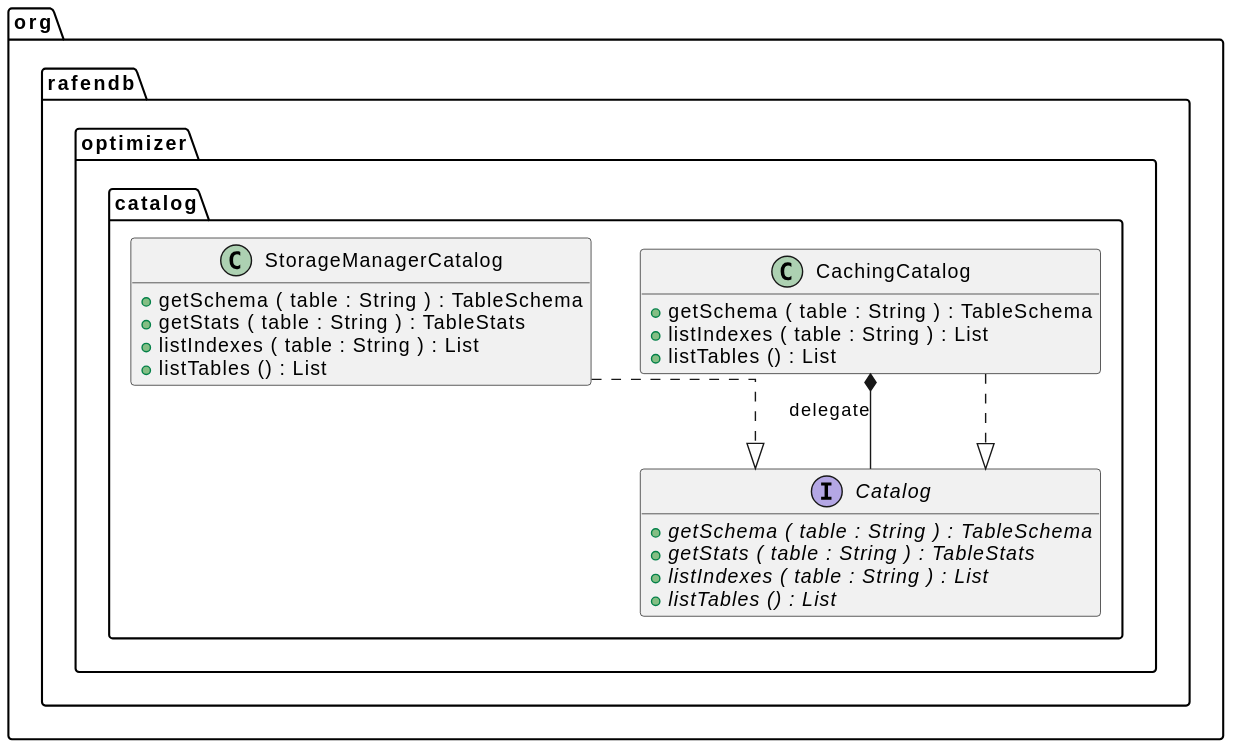
This is docs/generated/optimizer/optimizer-catalog.svg from m-akma1/rafendb, a PlantUML export, as it was before one commit. Its source is kept beside it as docs/generated/optimizer/optimizer-catalog.puml.
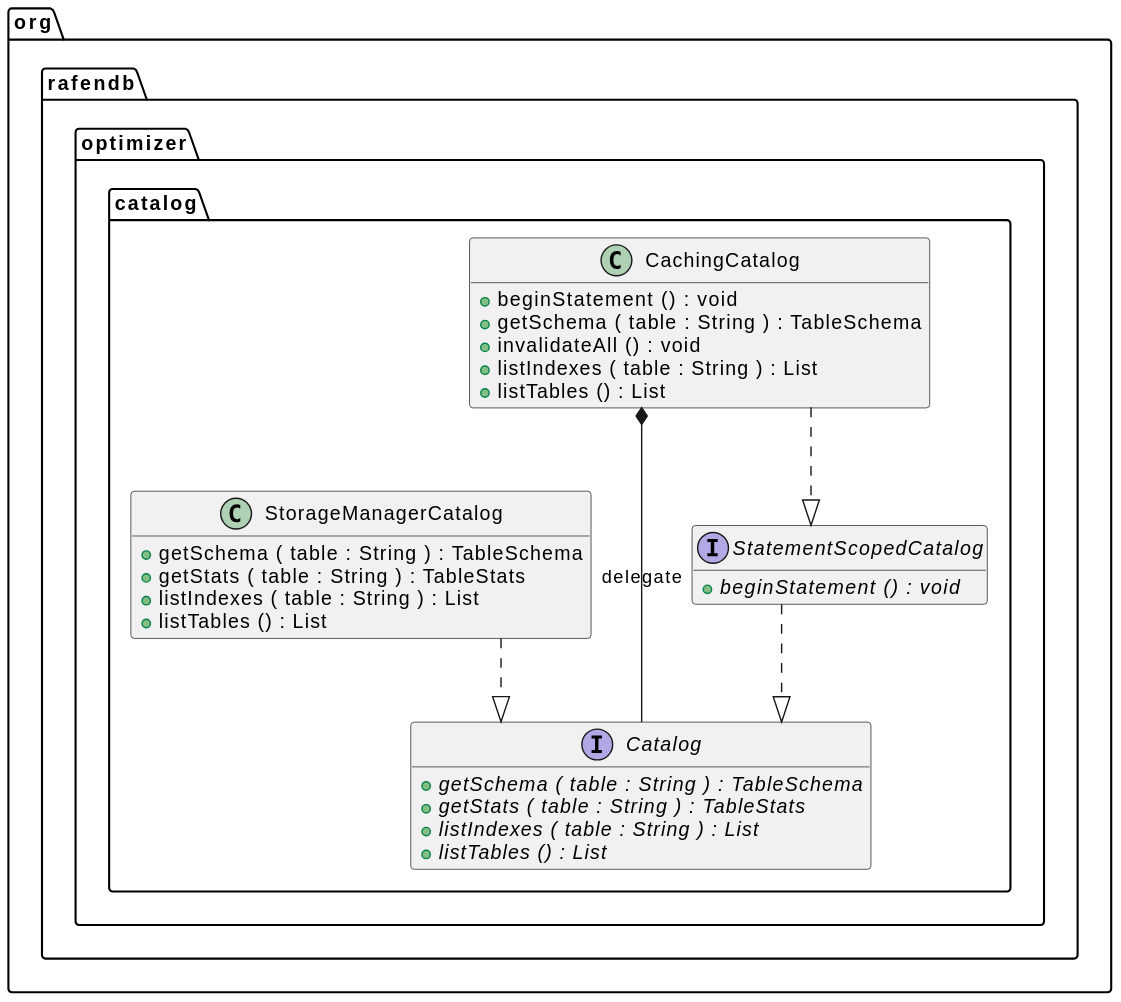
The same file after the commit.

Diff of the diagram source:
```diff
@@ -6,7 +6,9 @@
 
 
 class org.rafendb.optimizer.catalog.CachingCatalog {
+	{method} +beginStatement () : void
 	{method} +getSchema ( table : String ) : TableSchema
+	{method} +invalidateAll () : void
 	{method} +listIndexes ( table : String ) : List
 	{method} +listTables () : List
 }
@@ -17,6 +19,11 @@
 	{method}  {abstract} +getStats ( table : String ) : TableStats
 	{method}  {abstract} +listIndexes ( table : String ) : List
 	{method}  {abstract} +listTables () : List
+}
+
+
+interface org.rafendb.optimizer.catalog.StatementScopedCatalog {
+	{method}  {abstract} +beginStatement () : void
 }
 
 
@@ -31,7 +38,8 @@
 
 
 org.rafendb.optimizer.catalog.CachingCatalog *--  org.rafendb.optimizer.catalog.Catalog : delegate
-org.rafendb.optimizer.catalog.CachingCatalog ..|>  org.rafendb.optimizer.catalog.Catalog
+org.rafendb.optimizer.catalog.CachingCatalog ..|>  org.rafendb.optimizer.catalog.StatementScopedCatalog
+org.rafendb.optimizer.catalog.StatementScopedCatalog ..|>  org.rafendb.optimizer.catalog.Catalog
 org.rafendb.optimizer.catalog.StorageManagerCatalog ..|>  org.rafendb.optimizer.catalog.Catalog
 
 
```
